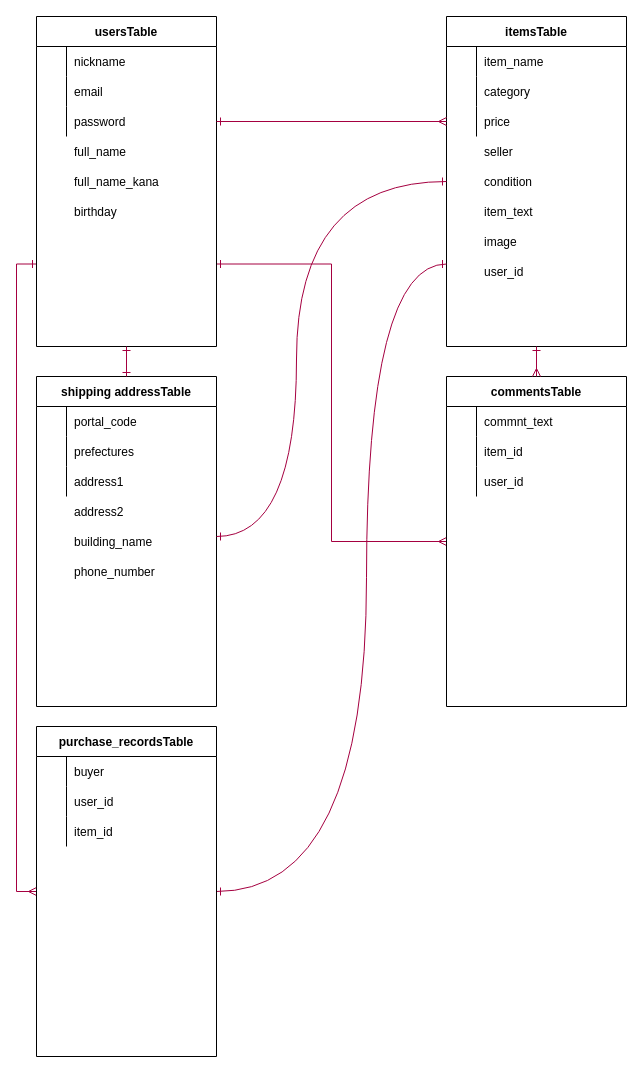
The draw.io diagram furima.dio in airatwn/furima-35426, before the edit. Source tidied: cells renumbered, new cells numbered last; positions are measured from the earlier drawing's top-left corner, leaving out a move shared by most shapes. Both pictures are drawn from the tidied source at 100%, with x=0, y=0 at pixel (36, 16).
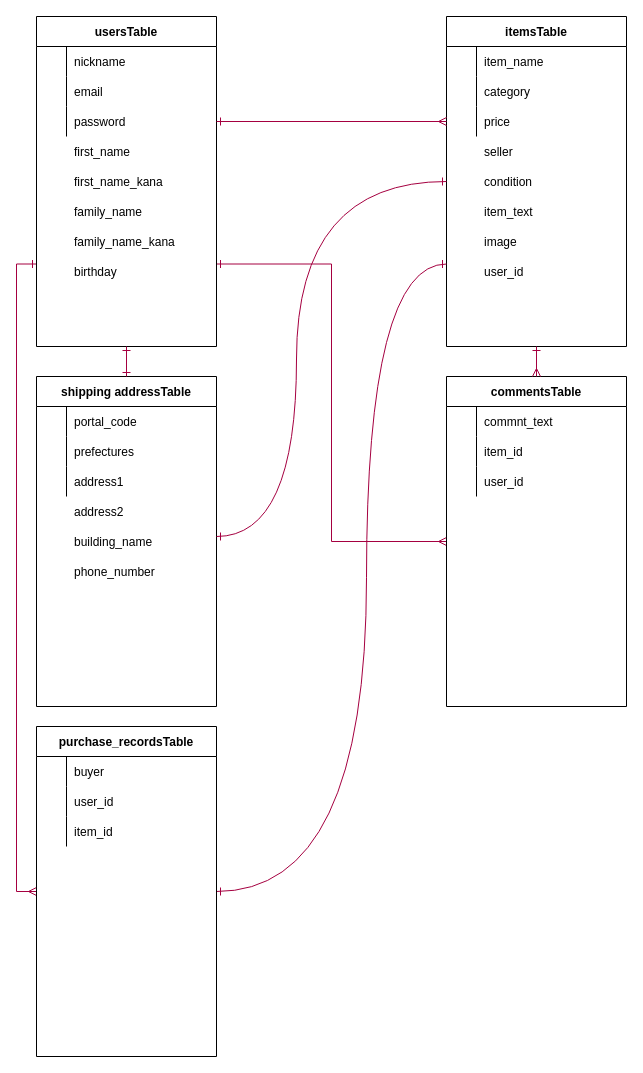
Above is the later version.

Commit message (it also covers changes not shown here):
ユーザー名に関するカラムを計4つに振り分け(苗字)(名前)(苗字カナ)(名前カナ)

Change to the diagram source:
```diff
@@
-    <mxCell id="14" value="full_name" style="shape=partialRectangle;fillColor=none;top=0;left=0;bottom=0;right=0;align=left;spacingLeft=6;overflow=hidden;" parent="1" vertex="1">
+    <mxCell id="14" value="first_name" style="shape=partialRectangle;fillColor=none;top=0;left=0;bottom=0;right=0;align=left;spacingLeft=6;overflow=hidden;" parent="1" vertex="1">
       <mxGeometry x="30" y="120" width="150" height="30" as="geometry" />
     </mxCell>
     <mxCell id="15" value="birthday" style="shape=partialRectangle;fillColor=none;top=0;left=0;bottom=0;right=0;align=left;spacingLeft=6;overflow=hidden;" parent="1" vertex="1">
-      <mxGeometry x="30" y="180" width="150" height="30" as="geometry" />
+      <mxGeometry x="30" y="240" width="150" height="30" as="geometry" />
     </mxCell>
-    <mxCell id="16" value="full_name_kana" style="shape=partialRectangle;fillColor=none;top=0;left=0;bottom=0;right=0;align=left;spacingLeft=6;overflow=hidden;" parent="1" vertex="1">
+    <mxCell id="16" value="first_name_kana" style="shape=partialRectangle;fillColor=none;top=0;left=0;bottom=0;right=0;align=left;spacingLeft=6;overflow=hidden;" parent="1" vertex="1">
       <mxGeometry x="30" y="150" width="150" height="30" as="geometry" />
     </mxCell>
@@
+    <mxCell id="75" value="family_name" style="shape=partialRectangle;fillColor=none;top=0;left=0;bottom=0;right=0;align=left;spacingLeft=6;overflow=hidden;" parent="1" vertex="1">
+      <mxGeometry x="30" y="180" width="150" height="30" as="geometry" />
+    </mxCell>
+    <mxCell id="76" value="family_name_kana" style="shape=partialRectangle;fillColor=none;top=0;left=0;bottom=0;right=0;align=left;spacingLeft=6;overflow=hidden;" parent="1" vertex="1">
+      <mxGeometry x="30" y="210" width="150" height="30" as="geometry" />
+    </mxCell>
```
